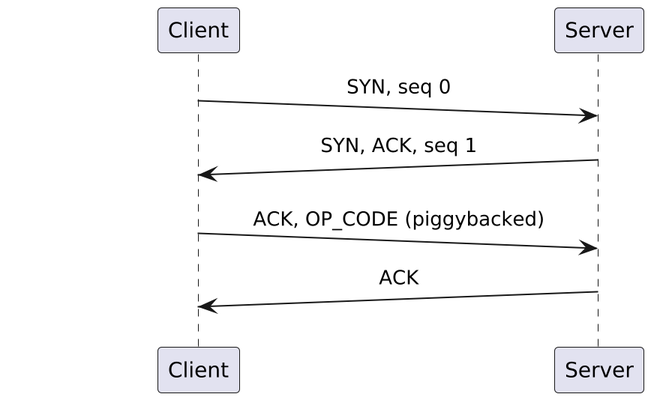
This is docs/imgs/connection-handshake.png from TheUDPs/TP1-Redes, a PlantUML export, as it was before one commit. The source it was exported from:
```plantuml
@startuml
skinparam sequenceMessageAlign center
skinparam ParticipantPadding 100
scale 2.0
participant Client
participant Server

Client ->(10) Server : SYN, seq 0
Server ->(10) Client : SYN, ACK, seq 1
Client ->(10) Server : ACK, OP_CODE (piggybacked)
Server ->(10) Client : ACK
@enduml
```
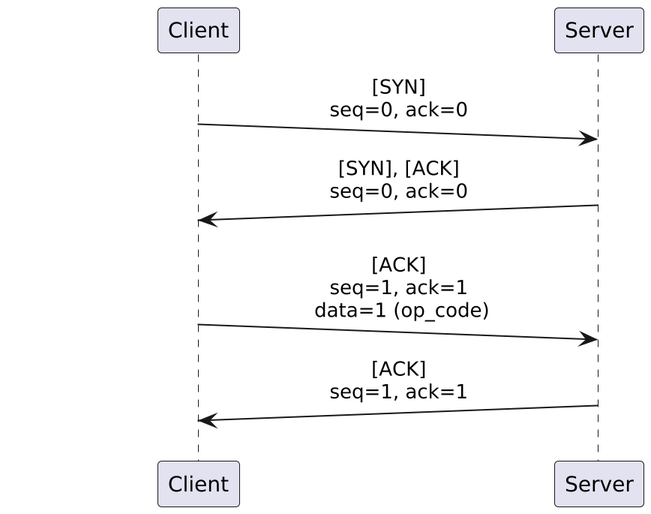
Later version of the same file.

What changed in the source:
```diff
@@ -5,8 +5,10 @@
 participant Client
 participant Server
 
-Client ->(10) Server : SYN, seq 0
-Server ->(10) Client : SYN, ACK, seq 1
-Client ->(10) Server : ACK, OP_CODE (piggybacked)
-Server ->(10) Client : ACK
+Client ->(10) Server : [SYN]\nseq=0, ack=0
+Server ->(10) Client : [SYN], [ACK]\nseq=0, ack=0
+
+Client ->(10) Server : [ACK]\nseq=1, ack=1\n data=1 (op_code)
+Server ->(10) Client : [ACK]\nseq=1, ack=1
+
 @enduml
```
